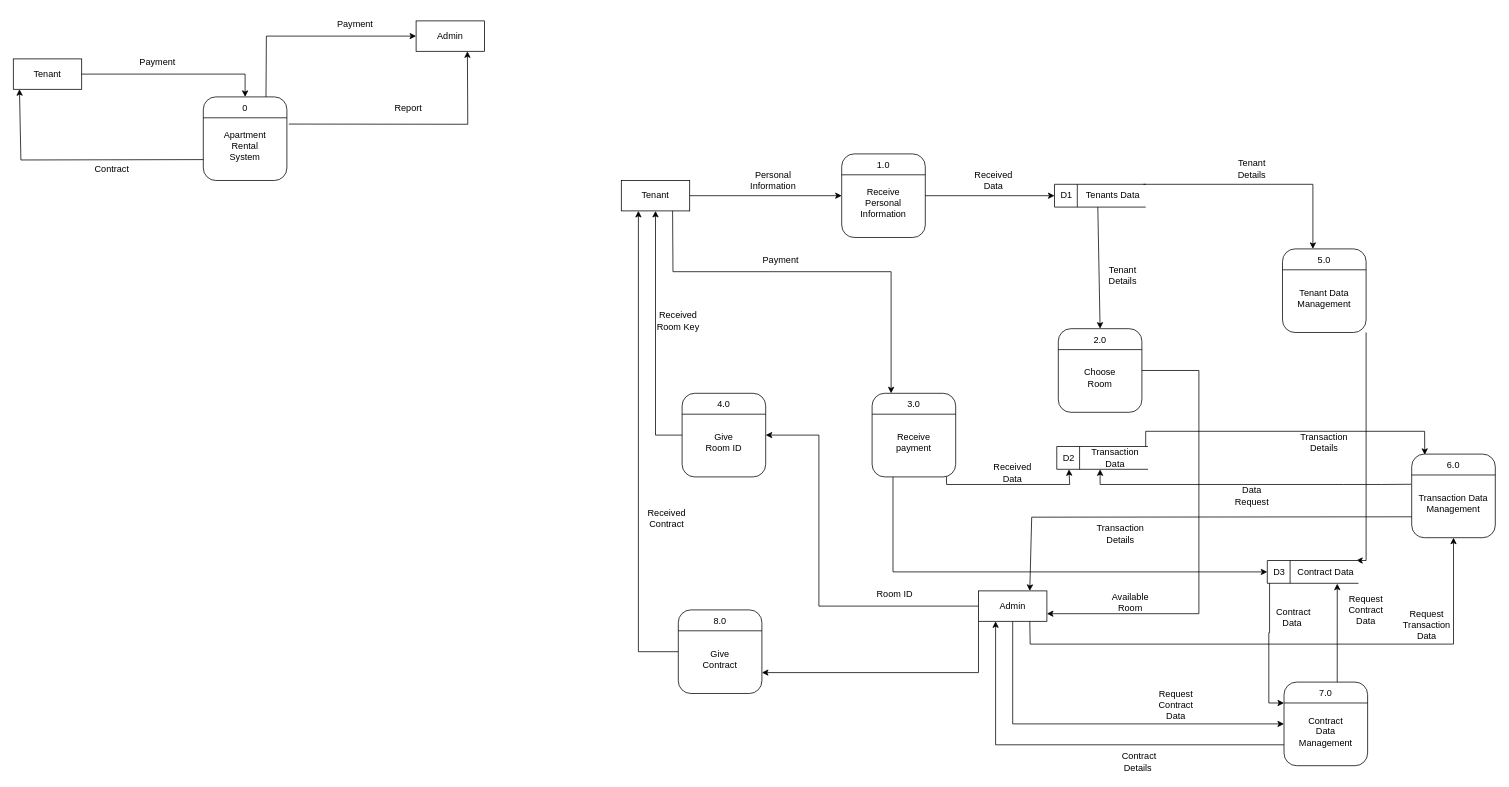
Earlier version of the draw.io diagram DFD.drawio (Beskiit/DIAGRAMS). Source tidied: cells renumbered, new cells numbered last; positions are measured from the earlier drawing's top-left corner, leaving out a move shared by most shapes. Both pictures are drawn from the tidied source at 76%, with x=0, y=0 at pixel (13, 13).
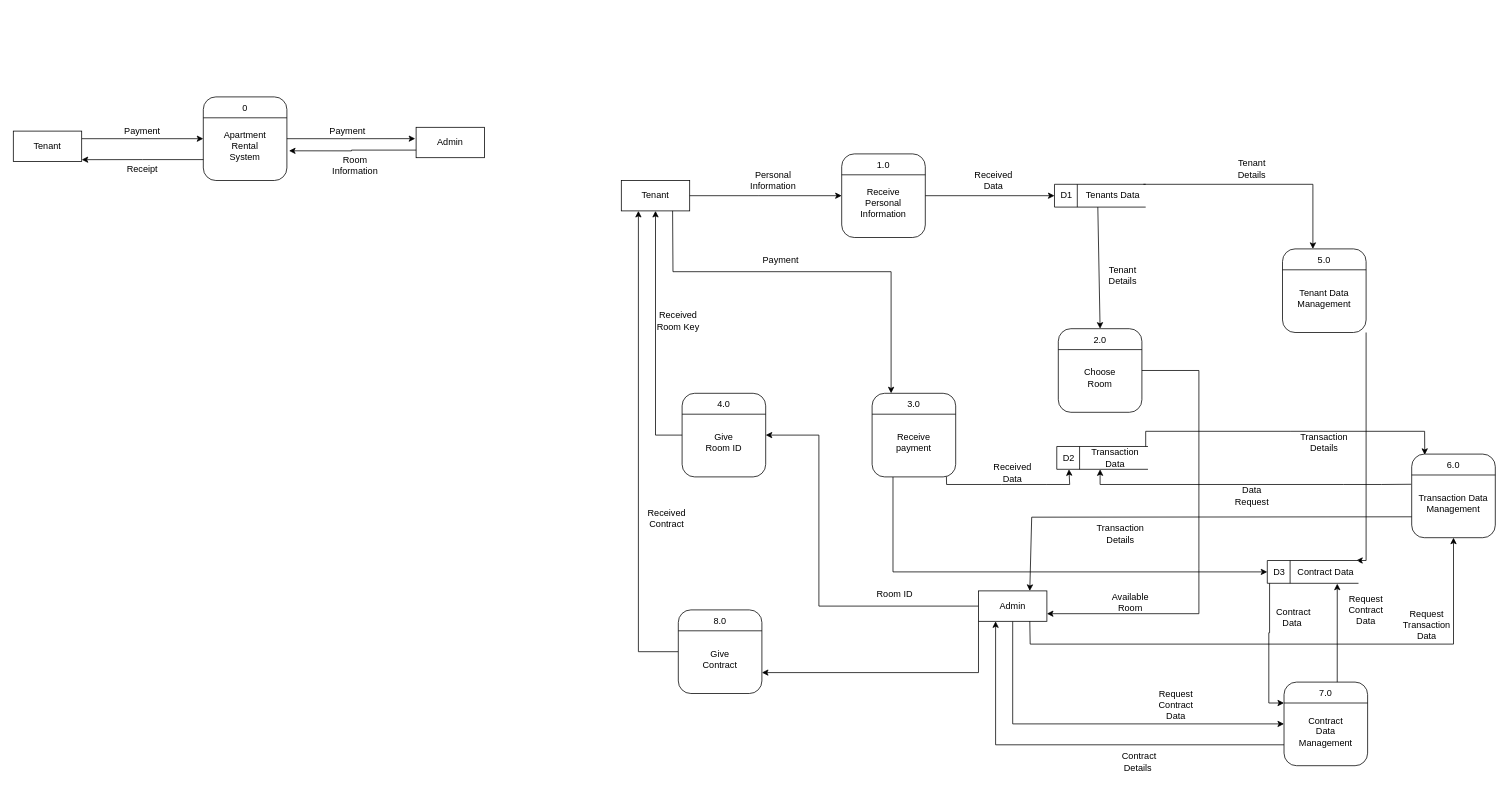
Above is the later version.

The change refers to these unchanged cells:
```xml
<mxCell id="2" style="rounded=1;whiteSpace=wrap;html=1;" parent="1" vertex="1">
  <mxGeometry x="250" y="110" width="110" height="110" as="geometry" />
</mxCell>
<mxCell id="4" value="0" style="text;html=1;align=center;verticalAlign=middle;whiteSpace=wrap;rounded=0;" parent="1" vertex="1">
  <mxGeometry x="275" y="110" width="60" height="30" as="geometry" />
</mxCell>
```

What changed in the source:
```diff
@@
+    <mxCell id="102" style="edgeStyle=orthogonalEdgeStyle;rounded=0;jettySize=auto;html=1;exitX=1;exitY=0.25;exitDx=0;exitDy=0;entryX=0;entryY=0.5;entryDx=0;entryDy=0;" parent="1" edge="1" source="6" target="2">
+      <mxGeometry relative="1" as="geometry" />
+    </mxCell>
     <mxCell id="6" style="rounded=0;whiteSpace=wrap;html=1;" parent="1" vertex="1">
-      <mxGeometry y="60" width="90" height="40" as="geometry" />
+      <mxGeometry y="155" width="90" height="40" as="geometry" />
     </mxCell>
     <mxCell id="7" value="Tenant" style="text;html=1;align=center;verticalAlign=middle;whiteSpace=wrap;rounded=0;" parent="1" vertex="1">
-      <mxGeometry x="15" y="65" width="60" height="30" as="geometry" />
+      <mxGeometry x="15" y="160" width="60" height="30" as="geometry" />
     </mxCell>
-    <mxCell id="8" style="endArrow=classic;html=1;rounded=0;entryX=0.5;entryY=0;entryDx=0;entryDy=0;exitX=1;exitY=0.5;exitDx=0;exitDy=0;" parent="1" edge="1" source="6" target="4">
-      <mxGeometry relative="1" as="geometry">
-        <Array as="points">
-          <mxPoint x="305" y="80" />
-        </Array>
-      </mxGeometry>
-    </mxCell>
     <mxCell id="9" value="Payment" style="text;html=1;align=center;verticalAlign=middle;whiteSpace=wrap;rounded=0;" parent="1" vertex="1">
-      <mxGeometry x="160" y="50" width="60" height="30" as="geometry" />
+      <mxGeometry x="140" y="140" width="60" height="30" as="geometry" />
     </mxCell>
-    <mxCell id="10" style="endArrow=classic;html=1;rounded=0;entryX=0.09;entryY=0.997;entryDx=0;entryDy=0;entryPerimeter=0;exitX=0;exitY=0.75;exitDx=0;exitDy=0;" parent="1" edge="1" source="2" target="6">
-      <mxGeometry relative="1" as="geometry">
-        <Array as="points">
-          <mxPoint x="10" y="193" />
-        </Array>
-      </mxGeometry>
-    </mxCell>
@@
     <mxCell id="54" style="rounded=0;whiteSpace=wrap;html=1;" parent="1" vertex="1">
-      <mxGeometry x="530" y="10" width="90" height="40" as="geometry" />
+      <mxGeometry x="530" y="150" width="90" height="40" as="geometry" />
     </mxCell>
     <mxCell id="55" value="Admin" style="text;html=1;align=center;verticalAlign=middle;whiteSpace=wrap;rounded=0;" parent="1" vertex="1">
-      <mxGeometry x="545" y="15" width="60" height="30" as="geometry" />
+      <mxGeometry x="545" y="155" width="60" height="30" as="geometry" />
     </mxCell>
-    <mxCell id="56" style="endArrow=classic;html=1;rounded=0;exitX=1.023;exitY=0.325;exitDx=0;exitDy=0;exitPerimeter=0;entryX=0.75;entryY=1;entryDx=0;entryDy=0;" parent="1" edge="1" source="2" target="54">
-      <mxGeometry relative="1" as="geometry">
-        <Array as="points">
-          <mxPoint x="598" y="146" />
-        </Array>
-      </mxGeometry>
-    </mxCell>
-    <mxCell id="57" value="Report" style="text;html=1;align=center;verticalAlign=middle;whiteSpace=wrap;rounded=0;" parent="1" vertex="1">
-      <mxGeometry x="490" y="110" width="60" height="30" as="geometry" />
-    </mxCell>
-    <mxCell id="58" style="endArrow=classic;html=1;rounded=0;exitX=0.75;exitY=0;exitDx=0;exitDy=0;entryX=0;entryY=0.5;entryDx=0;entryDy=0;" parent="1" edge="1" source="2" target="54">
-      <mxGeometry relative="1" as="geometry">
-        <Array as="points">
-          <mxPoint x="333" y="30" />
-        </Array>
-      </mxGeometry>
-    </mxCell>
     <mxCell id="59" value="Payment" style="text;html=1;align=center;verticalAlign=middle;whiteSpace=wrap;rounded=0;" parent="1" vertex="1">
-      <mxGeometry x="420" width="60" height="30" as="geometry" />
+      <mxGeometry x="410" y="140" width="60" height="30" as="geometry" />
     </mxCell>
@@
-    <mxCell id="81" value="Contract" style="text;html=1;align=center;verticalAlign=middle;whiteSpace=wrap;rounded=0;" parent="1" vertex="1">
-      <mxGeometry x="100" y="190" width="60" height="30" as="geometry" />
+    <mxCell id="81" value="Receipt" style="text;html=1;align=center;verticalAlign=middle;whiteSpace=wrap;rounded=0;" parent="1" vertex="1">
+      <mxGeometry x="140" y="190" width="60" height="30" as="geometry" />
     </mxCell>
@@
+    <mxCell id="10" style="edgeStyle=orthogonalEdgeStyle;rounded=0;jettySize=auto;html=1;exitX=0;exitY=0.75;exitDx=0;exitDy=0;entryX=1;entryY=0.94;entryDx=0;entryDy=0;entryPerimeter=0;" parent="1" edge="1" source="2" target="6">
+      <mxGeometry relative="1" as="geometry" />
+    </mxCell>
+    <mxCell id="103" style="edgeStyle=orthogonalEdgeStyle;rounded=0;jettySize=auto;html=1;exitX=1;exitY=0.5;exitDx=0;exitDy=0;entryX=-0.013;entryY=0.373;entryDx=0;entryDy=0;entryPerimeter=0;" parent="1" edge="1" source="2" target="54">
+      <mxGeometry relative="1" as="geometry" />
+    </mxCell>
+    <mxCell id="104" style="edgeStyle=orthogonalEdgeStyle;rounded=0;jettySize=auto;html=1;exitX=0;exitY=0.75;exitDx=0;exitDy=0;entryX=1.025;entryY=0.645;entryDx=0;entryDy=0;entryPerimeter=0;" parent="1" edge="1" source="54" target="2">
+      <mxGeometry relative="1" as="geometry" />
+    </mxCell>
+    <mxCell id="105" value="Room Information" style="text;html=1;align=center;verticalAlign=middle;whiteSpace=wrap;rounded=0;" parent="1" vertex="1">
+      <mxGeometry x="420" y="185" width="60" height="30" as="geometry" />
+    </mxCell>
```
